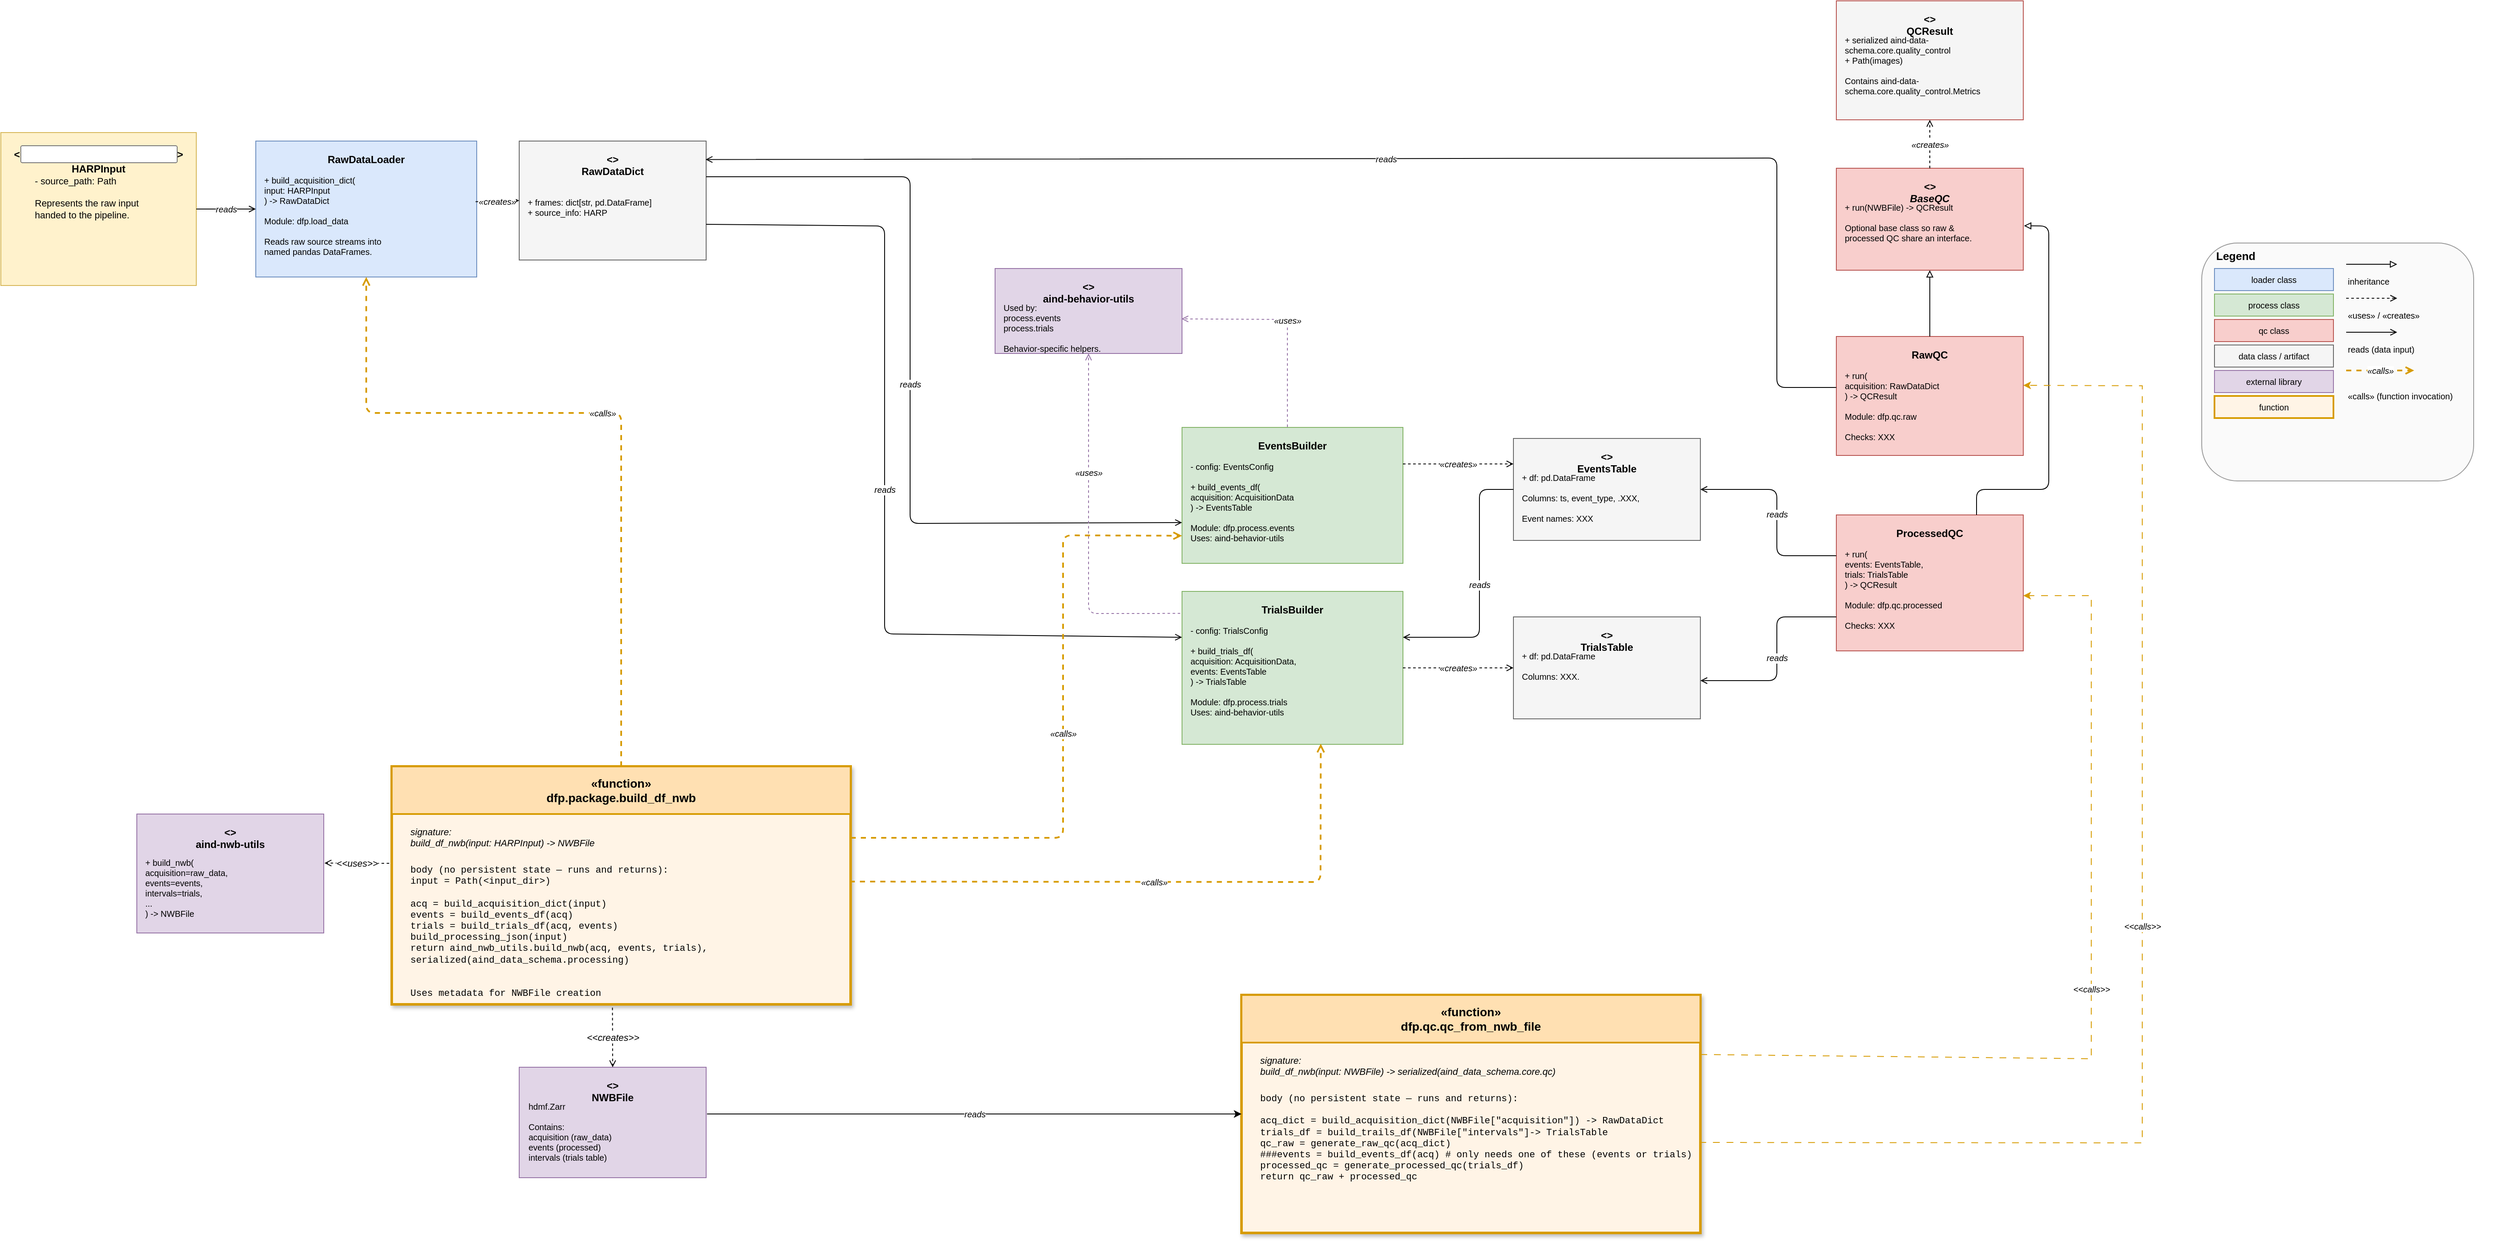
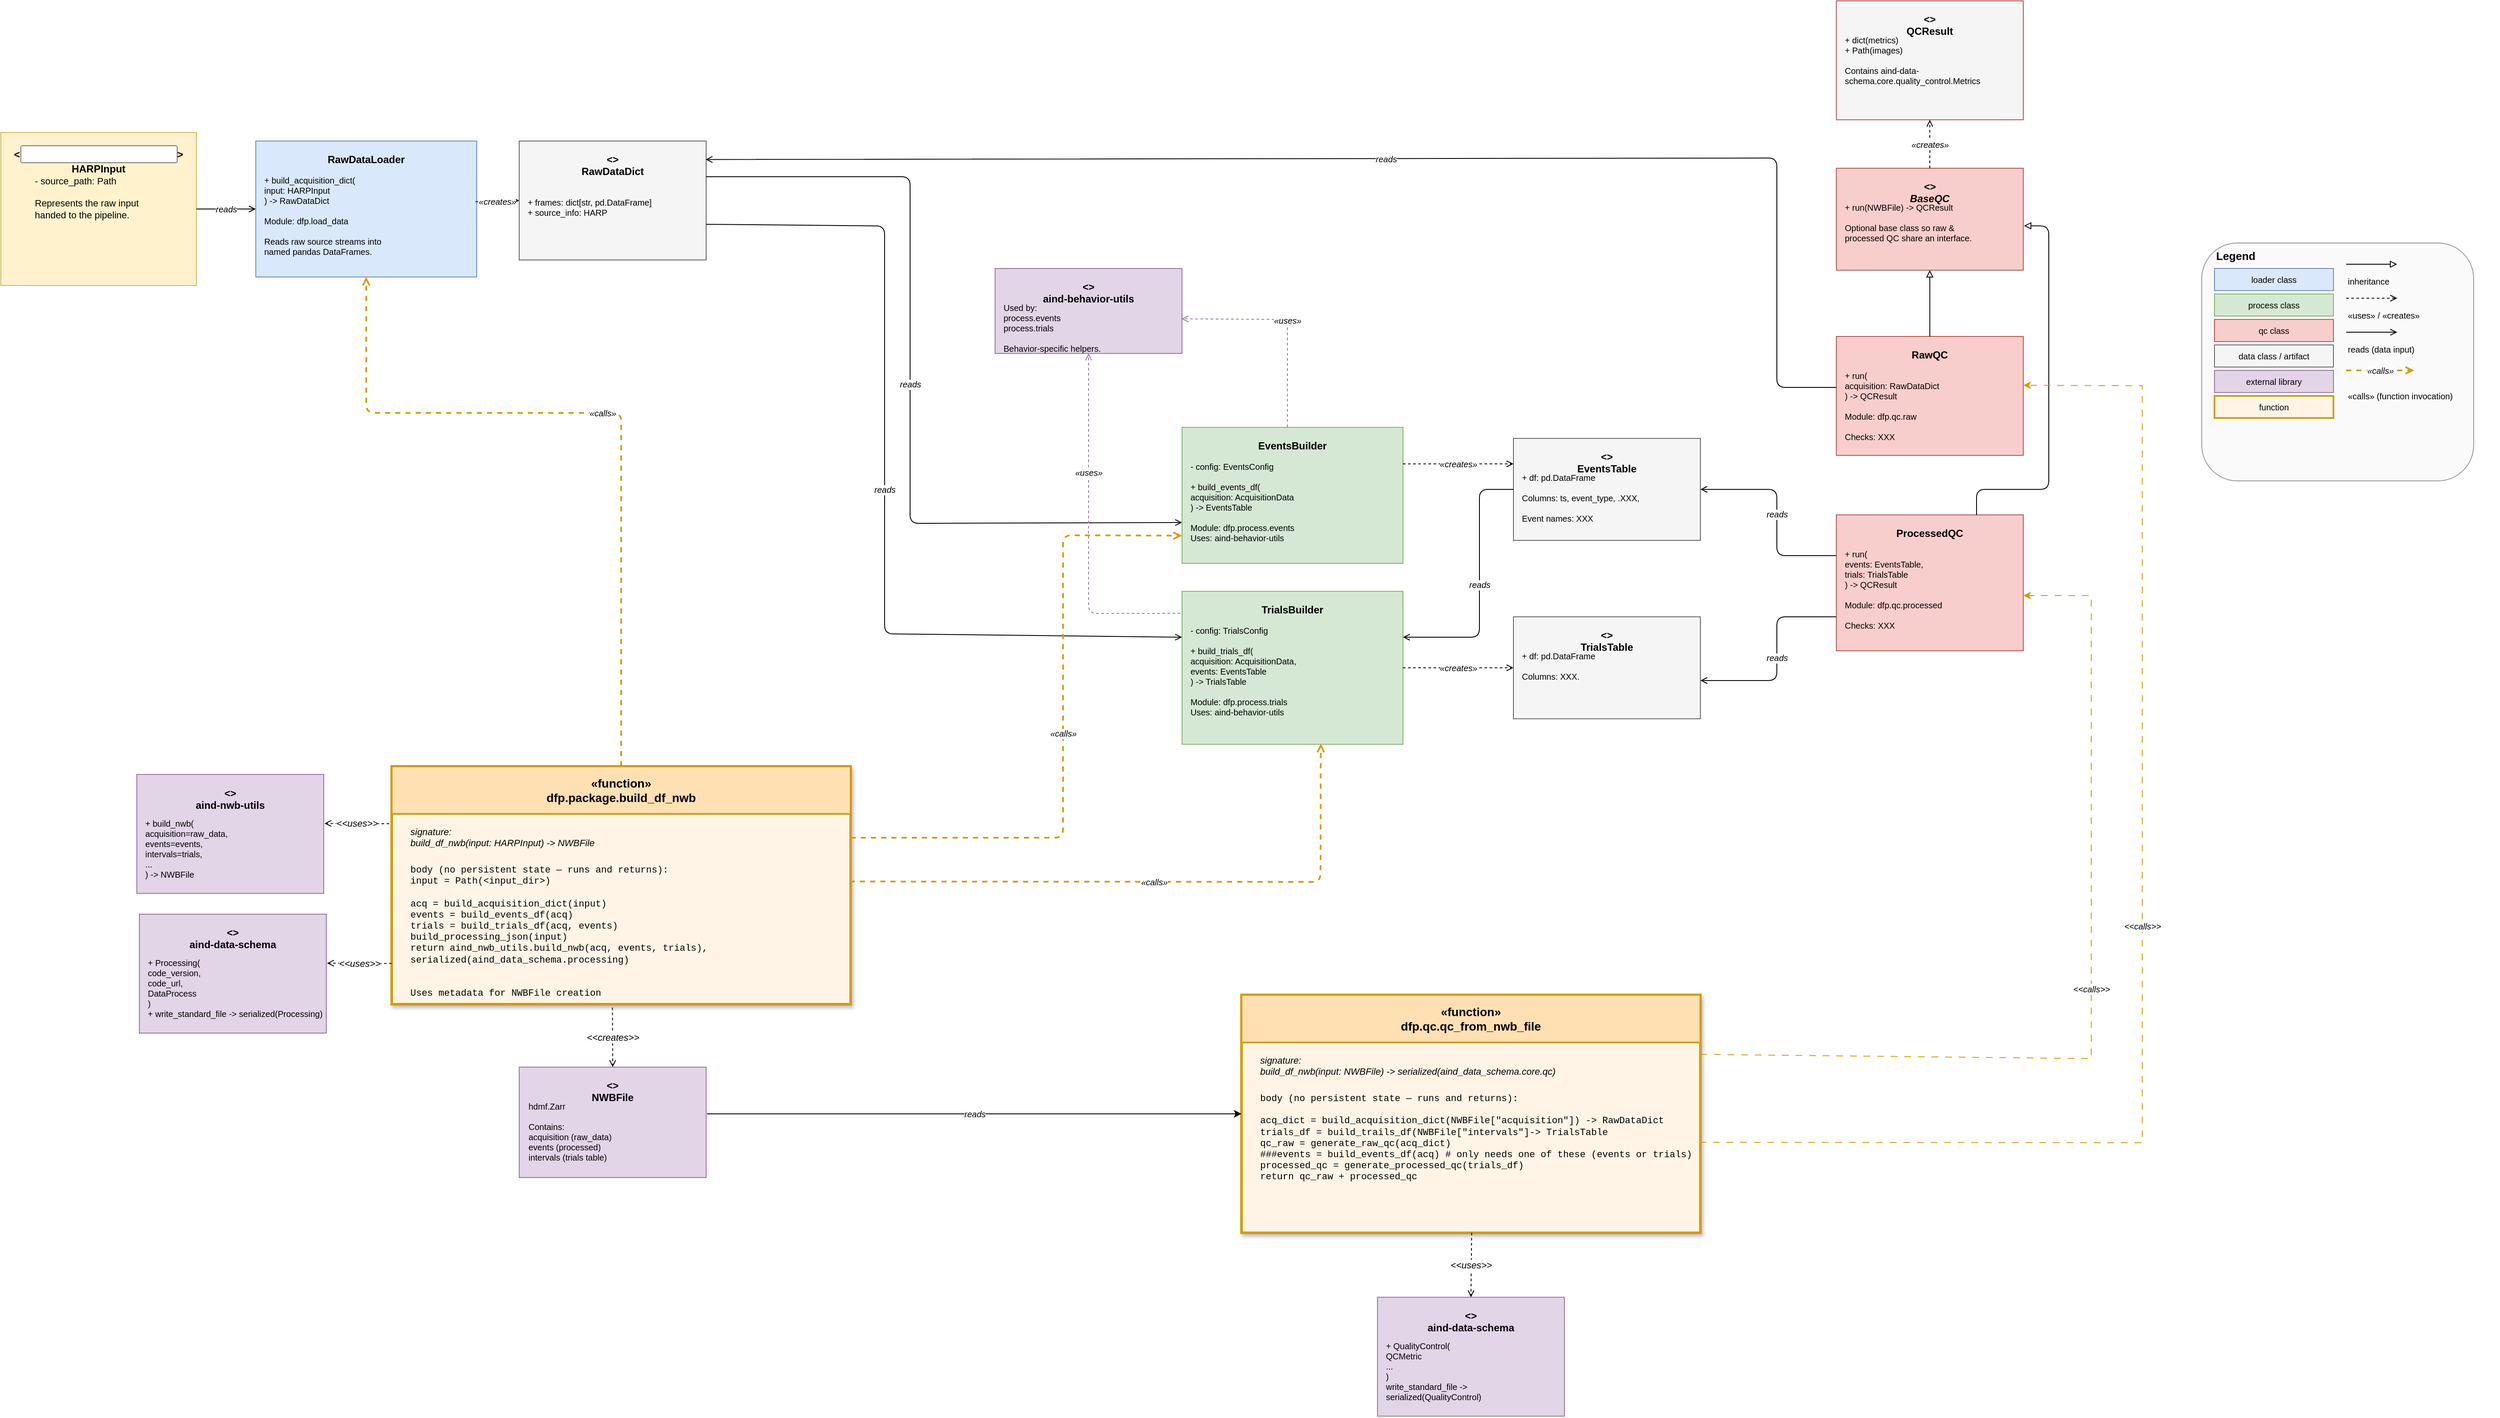
<mxfile host="Electron" agent="Mozilla/5.0 (Windows NT 10.0; Win64; x64) AppleWebKit/537.36 (KHTML, like Gecko) draw.io/29.2.9 Chrome/140.0.7339.249 Electron/38.7.2 Safari/537.36" version="29.2.9">
  <diagram name="UML Class Diagram" id="uml-classes">
-     <mxGraphModel dx="5066" dy="1453" grid="1" gridSize="10" guides="1" tooltips="1" connect="1" arrows="1" fold="1" page="1" pageScale="1" pageWidth="1600" pageHeight="1100" math="0" shadow="0">
+     <mxGraphModel dx="3184" dy="874" grid="1" gridSize="10" guides="1" tooltips="1" connect="1" arrows="1" fold="1" page="1" pageScale="1" pageWidth="1600" pageHeight="1100" math="0" shadow="0">
      <root>
        <mxCell id="0" />
        <mxCell id="1" parent="0" />
        <mxCell id="harp-input" parent="1" style="rounded=0;whiteSpace=wrap;html=1;fillColor=#fff2cc;strokeColor=#d6b656;fontStyle=1;fontSize=12;verticalAlign=top;spacingTop=8" value="&lt;&lt;input&gt;&gt;&#xa;HARPInput" vertex="1">
          <mxGeometry height="180" width="230" x="-460" y="320" as="geometry" />
        </mxCell>
        <mxCell id="harp-input-body" parent="1" style="text;html=1;strokeColor=none;fillColor=none;align=left;verticalAlign=top;whiteSpace=wrap;fontSize=11;spacingLeft=8;spacingTop=4" value="- source_path: Path&lt;br&gt;&lt;br&gt;Represents the raw input&lt;br&gt;handed to the pipeline." vertex="1">
          <mxGeometry height="90" width="200" x="-430" y="360" as="geometry" />
        </mxCell>
        <mxCell id="acq-data" parent="1" style="rounded=0;whiteSpace=wrap;html=1;fillColor=#f5f5f5;strokeColor=#666666;fontStyle=1;fontSize=12;verticalAlign=top;spacingTop=8" value="&amp;lt;&lt;data class=&quot;&quot;&gt;&amp;gt;&lt;br&gt;RawDataDict&lt;/data&gt;" vertex="1">
          <mxGeometry height="140" width="220" x="150" y="330" as="geometry" />
        </mxCell>
        <mxCell id="acq-data-body" parent="1" style="text;html=1;strokeColor=none;fillColor=none;align=left;verticalAlign=top;whiteSpace=wrap;fontSize=10;spacingLeft=8;spacingTop=4" value="&lt;div&gt;&lt;br&gt;&lt;/div&gt;&lt;div&gt;&lt;br&gt;&lt;/div&gt;+ frames: dict[str, pd.DataFrame]&lt;br&gt;+ source_info: HARP&lt;br&gt;&lt;div&gt;&lt;br&gt;&lt;/div&gt;" vertex="1">
          <mxGeometry height="110" width="220" x="150" y="362" as="geometry" />
        </mxCell>
        <mxCell id="events-data" parent="1" style="rounded=0;whiteSpace=wrap;html=1;fillColor=#f5f5f5;strokeColor=#666666;fontStyle=1;fontSize=12;verticalAlign=top;spacingTop=8" value="&lt;&lt;data class&gt;&gt;&#xa;EventsTable" vertex="1">
          <mxGeometry height="120" width="220" x="1320" y="680" as="geometry" />
        </mxCell>
        <mxCell id="events-data-body" parent="1" style="text;html=1;strokeColor=none;fillColor=none;align=left;verticalAlign=top;whiteSpace=wrap;fontSize=10;spacingLeft=8;spacingTop=4" value="+ df: pd.DataFrame&lt;br&gt;&lt;br&gt;Columns: ts, event_type, .XXX,&lt;div&gt;&lt;br&gt;&lt;/div&gt;&lt;div&gt;Event names: XXX&lt;/div&gt;" vertex="1">
          <mxGeometry height="90" width="220" x="1320" y="710" as="geometry" />
        </mxCell>
        <mxCell id="trials-data" parent="1" style="rounded=0;whiteSpace=wrap;html=1;fillColor=#f5f5f5;strokeColor=#666666;fontStyle=1;fontSize=12;verticalAlign=top;spacingTop=8" value="&lt;&lt;data class&gt;&gt;&#xa;TrialsTable" vertex="1">
          <mxGeometry height="120" width="220" x="1320" y="890" as="geometry" />
        </mxCell>
        <mxCell id="trials-data-body" parent="1" style="text;html=1;strokeColor=none;fillColor=none;align=left;verticalAlign=top;whiteSpace=wrap;fontSize=10;spacingLeft=8;spacingTop=4" value="+ df: pd.DataFrame&lt;br&gt;&lt;br&gt;Columns: XXX." vertex="1">
          <mxGeometry height="90" width="220" x="1320" y="920" as="geometry" />
        </mxCell>
        <mxCell id="acq-loader" parent="1" style="rounded=0;whiteSpace=wrap;html=1;fillColor=#dae8fc;strokeColor=#6c8ebf;fontStyle=1;fontSize=12;verticalAlign=top;spacingTop=8" value="RawDataLoader" vertex="1">
          <mxGeometry height="160" width="260" x="-160" y="330" as="geometry" />
        </mxCell>
        <mxCell id="acq-loader-body" parent="1" style="text;html=1;strokeColor=none;fillColor=none;align=left;verticalAlign=top;whiteSpace=wrap;fontSize=10;spacingLeft=8;spacingTop=4" value="+ build_acquisition_dict(&lt;br&gt;     input: HARPInput&lt;br&gt;   ) -&amp;gt; RawDataDict&lt;br&gt;&lt;br&gt;Module: dfp.load_data&lt;br&gt;&lt;br&gt;Reads raw source streams into&lt;br&gt;named pandas DataFrames." vertex="1">
          <mxGeometry height="130" width="260" x="-160" y="360" as="geometry" />
        </mxCell>
        <mxCell id="events-builder" parent="1" style="rounded=0;whiteSpace=wrap;html=1;fillColor=#d5e8d4;strokeColor=#82b366;fontStyle=1;fontSize=12;verticalAlign=top;spacingTop=8" value="EventsBuilder" vertex="1">
          <mxGeometry height="160" width="260" x="930" y="667" as="geometry" />
        </mxCell>
        <mxCell id="events-builder-body" parent="1" style="text;html=1;strokeColor=none;fillColor=none;align=left;verticalAlign=top;whiteSpace=wrap;fontSize=10;spacingLeft=8;spacingTop=4" value="- config: EventsConfig&lt;br&gt;&lt;br&gt;+ build_events_df(&lt;br&gt;     acquisition: AcquisitionData&lt;br&gt;   ) -&amp;gt; EventsTable&amp;nbsp;&lt;br&gt;&lt;br&gt;Module: dfp.process.events&lt;br&gt;Uses: aind-behavior-utils" vertex="1">
          <mxGeometry height="130" width="260" x="930" y="697" as="geometry" />
        </mxCell>
        <mxCell id="trials-builder" parent="1" style="rounded=0;whiteSpace=wrap;html=1;fillColor=#d5e8d4;strokeColor=#82b366;fontStyle=1;fontSize=12;verticalAlign=top;spacingTop=8" value="TrialsBuilder" vertex="1">
          <mxGeometry height="180" width="260" x="930" y="860" as="geometry" />
        </mxCell>
        <mxCell id="trials-builder-body" parent="1" style="text;html=1;strokeColor=none;fillColor=none;align=left;verticalAlign=top;whiteSpace=wrap;fontSize=10;spacingLeft=8;spacingTop=4" value="- config: TrialsConfig&lt;br&gt;&lt;br&gt;+ build_trials_df(&lt;br&gt;     acquisition: AcquisitionData,&lt;br&gt;     events: EventsTable&lt;br&gt;   ) -&amp;gt; TrialsTable&lt;div&gt;&lt;br&gt;Module: dfp.process.trials&lt;br&gt;Uses: aind-behavior-utils&lt;/div&gt;" vertex="1">
          <mxGeometry height="150" width="260" x="930" y="890" as="geometry" />
        </mxCell>
        <mxCell id="qc-result" parent="1" style="rounded=0;whiteSpace=wrap;html=1;fillColor=#f5f5f5;strokeColor=#b85450;fontStyle=1;fontSize=12;verticalAlign=top;spacingTop=8" value="&lt;&lt;data class&gt;&gt;&#xa;QCResult" vertex="1">
          <mxGeometry height="140" width="220" x="1700" y="165" as="geometry" />
        </mxCell>
-         <mxCell id="qc-result-body" parent="1" style="text;html=1;strokeColor=none;fillColor=none;align=left;verticalAlign=top;whiteSpace=wrap;fontSize=10;spacingLeft=8;spacingTop=4" value="+ serialized aind-data-schema.core.quality_control&lt;div&gt;+ Path(images)&lt;br&gt;&lt;br&gt;Contains aind-data-schema.core.quality_control.Metrics&lt;/div&gt;" vertex="1">
+         <mxCell id="qc-result-body" parent="1" style="text;html=1;strokeColor=none;fillColor=none;align=left;verticalAlign=top;whiteSpace=wrap;fontSize=10;spacingLeft=8;spacingTop=4" value="+ dict(metrics)&lt;br&gt;&lt;div&gt;+ Path(images)&lt;br&gt;&lt;br&gt;Contains aind-data-schema.core.quality_control.Metrics&lt;/div&gt;" vertex="1">
          <mxGeometry height="110" width="220" x="1700" y="195" as="geometry" />
        </mxCell>
        <mxCell id="qc-base" parent="1" style="rounded=0;whiteSpace=wrap;html=1;fillColor=#f8cecc;strokeColor=#b85450;fontStyle=1;fontSize=12;verticalAlign=top;spacingTop=8;fontStyle=3" value="&lt;&lt;abstract&gt;&gt;&#xa;BaseQC" vertex="1">
          <mxGeometry height="120" width="220" x="1700" y="362" as="geometry" />
        </mxCell>
        <mxCell id="qc-base-body" parent="1" style="text;html=1;strokeColor=none;fillColor=none;align=left;verticalAlign=top;whiteSpace=wrap;fontSize=10;spacingLeft=8;spacingTop=4" value="+ run(NWBFile) -&amp;gt; QCResult&lt;br&gt;&lt;br&gt;Optional base class so raw &amp;amp;&lt;br&gt;processed QC share an interface." vertex="1">
          <mxGeometry height="90" width="220" x="1700" y="392" as="geometry" />
        </mxCell>
        <mxCell id="raw-qc" parent="1" style="rounded=0;whiteSpace=wrap;html=1;fillColor=#f8cecc;strokeColor=#b85450;fontStyle=1;fontSize=12;verticalAlign=top;spacingTop=8" value="RawQC" vertex="1">
          <mxGeometry height="140" width="220" x="1700" y="560" as="geometry" />
        </mxCell>
        <mxCell id="raw-qc-body" parent="1" style="text;html=1;strokeColor=none;fillColor=none;align=left;verticalAlign=top;whiteSpace=wrap;fontSize=10;spacingLeft=8;spacingTop=4" value="+ run(&lt;br&gt;     acquisition: RawDataDict&lt;br&gt;   ) -&amp;gt; QCResult&lt;br&gt;&lt;br&gt;Module: dfp.qc.raw&lt;br&gt;&lt;div&gt;&lt;br&gt;&lt;/div&gt;&lt;div&gt;Checks: XXX&lt;/div&gt;" vertex="1">
          <mxGeometry height="110" width="220" x="1700" y="590" as="geometry" />
        </mxCell>
        <mxCell id="proc-qc" parent="1" style="rounded=0;whiteSpace=wrap;html=1;fillColor=#f8cecc;strokeColor=#b85450;fontStyle=1;fontSize=12;verticalAlign=top;spacingTop=8" value="ProcessedQC" vertex="1">
          <mxGeometry height="160" width="220" x="1700" y="770" as="geometry" />
        </mxCell>
        <mxCell id="proc-qc-body" parent="1" style="text;html=1;strokeColor=none;fillColor=none;align=left;verticalAlign=top;whiteSpace=wrap;fontSize=10;spacingLeft=8;spacingTop=4" value="+ run(&lt;br&gt;     events: EventsTable,&lt;br&gt;     trials: TrialsTable&lt;br&gt;   ) -&amp;gt; QCResult&lt;br&gt;&lt;br&gt;Module: dfp.qc.processed&lt;br&gt;&lt;br&gt;Checks: XXX" vertex="1">
          <mxGeometry height="130" width="220" x="1700" y="800" as="geometry" />
        </mxCell>
        <mxCell id="pipeline" parent="1" style="rounded=0;whiteSpace=wrap;html=1;fillColor=#fff4e6;strokeColor=#d79b00;strokeWidth=3;fontStyle=1;fontSize=13;verticalAlign=top;spacingTop=8;shadow=1" value="" vertex="1">
          <mxGeometry height="280" width="540" y="1066" as="geometry" />
        </mxCell>
        <mxCell id="pipeline-header" parent="1" style="rounded=0;whiteSpace=wrap;html=1;fillColor=#ffe0b2;strokeColor=#d79b00;strokeWidth=2;fontStyle=1;fontSize=14;verticalAlign=middle;align=center" value="«function»&#xa;dfp.package.build_df_nwb" vertex="1">
          <mxGeometry height="56" width="540" y="1066" as="geometry" />
        </mxCell>
        <mxCell id="pipeline-sig" parent="1" style="text;html=1;strokeColor=none;fillColor=none;align=left;verticalAlign=top;whiteSpace=wrap;fontSize=11;fontStyle=2;spacingLeft=12;spacingTop=4" value="signature:&#xa;   build_df_nwb(input: HARPInput) -&gt; NWBFile" vertex="1">
          <mxGeometry height="40" width="524" x="8" y="1126" as="geometry" />
        </mxCell>
        <mxCell id="pipeline-body" parent="1" style="text;html=1;strokeColor=none;fillColor=none;align=left;verticalAlign=top;whiteSpace=wrap;fontSize=11;fontFamily=Courier New;spacingLeft=12;spacingTop=4" value="body (no persistent state — runs and returns):&lt;br&gt;input = Path(&amp;lt;input_dir&amp;gt;)&lt;div&gt;&lt;br&gt;   acq    = build_acquisition_dict(input)&lt;br&gt;   events = build_events_df(acq)&lt;br&gt;   trials = build_trials_df(acq, events)&lt;div&gt;build_processing_json(input)&lt;br&gt;return aind_nwb_utils.build_nwb(acq, events, trials), serialized(aind_data_schema.processing)&lt;div&gt;&lt;br&gt;&lt;/div&gt;&lt;div&gt;&lt;br&gt;&lt;/div&gt;&lt;div&gt;Uses metadata for NWBFile creation&lt;/div&gt;&lt;/div&gt;&lt;/div&gt;" vertex="1">
          <mxGeometry height="170" width="524" x="8" y="1171" as="geometry" />
        </mxCell>
        <mxCell id="ext-behavior" parent="1" style="rounded=0;whiteSpace=wrap;html=1;fillColor=#e1d5e7;strokeColor=#9673a6;fontStyle=1;fontSize=12;verticalAlign=top;spacingTop=8" value="&lt;&lt;external&gt;&gt;&#xa;aind-behavior-utils" vertex="1">
          <mxGeometry height="100" width="220" x="710" y="480" as="geometry" />
        </mxCell>
        <mxCell id="ext-behavior-body" parent="1" style="text;html=1;strokeColor=none;fillColor=none;align=left;verticalAlign=top;whiteSpace=wrap;fontSize=10;spacingLeft=8;spacingTop=4" value="Used by:&#xa;  process.events&#xa;  process.trials&#xa;&#xa;Behavior-specific helpers." vertex="1">
          <mxGeometry height="70" width="220" x="710" y="510" as="geometry" />
        </mxCell>
        <mxCell id="ext-nwb" parent="1" style="rounded=0;whiteSpace=wrap;html=1;fillColor=#e1d5e7;strokeColor=#9673a6;fontStyle=1;fontSize=12;verticalAlign=top;spacingTop=8" value="&lt;&lt;external&gt;&gt;&#xa;aind-nwb-utils" vertex="1">
-           <mxGeometry height="140" width="220" x="-300" y="1122" as="geometry" />
+           <mxGeometry height="140" width="220" x="-300" y="1075.5" as="geometry" />
        </mxCell>
        <mxCell id="ext-nwb-body" parent="1" style="text;html=1;strokeColor=none;fillColor=none;align=left;verticalAlign=top;whiteSpace=wrap;fontSize=10;spacingLeft=8;spacingTop=4" value="+ build_nwb(&lt;br&gt;acquisition=raw_data,&lt;br&gt;events=events,&lt;br&gt;intervals=trials,&lt;br&gt;     ...&lt;br&gt;   ) -&amp;gt; NWBFile&lt;div&gt;&lt;br&gt;&lt;/div&gt;" vertex="1">
-           <mxGeometry height="100" width="220" x="-300" y="1163" as="geometry" />
+           <mxGeometry height="100" width="220" x="-300" y="1116.5" as="geometry" />
        </mxCell>
        <mxCell id="nwb-file" parent="1" style="rounded=0;whiteSpace=wrap;html=1;fillColor=#e1d5e7;strokeColor=#9673a6;fontStyle=1;fontSize=12;verticalAlign=top;spacingTop=8" value="&lt;&lt;external&gt;&gt;&#xa;NWBFile" vertex="1">
          <mxGeometry height="130" width="220" x="150" y="1420" as="geometry" />
        </mxCell>
        <mxCell id="nwb-file-body" parent="1" style="text;html=1;strokeColor=none;fillColor=none;align=left;verticalAlign=top;whiteSpace=wrap;fontSize=10;spacingLeft=8;spacingTop=4" value="hdmf.Zarr&lt;br&gt;&lt;br&gt;Contains:&lt;br&gt;  acquisition  (raw_data)&lt;br&gt;  events       (processed)&lt;br&gt;  intervals    (trials table)" vertex="1">
          <mxGeometry height="100" width="220" x="151" y="1450" as="geometry" />
        </mxCell>
        <mxCell id="rel-1" edge="1" parent="1" source="harp-input" style="endArrow=open;html=1;exitX=1;exitY=0.5;exitDx=0;exitDy=0;entryX=0;entryY=0.5;entryDx=0;entryDy=0;fontSize=10;fontStyle=2" target="acq-loader" value="reads">
          <mxGeometry relative="1" as="geometry" />
        </mxCell>
        <mxCell id="rel-2" edge="1" parent="1" source="acq-loader-body" style="endArrow=open;html=1;dashed=1;exitX=0.995;exitY=0.318;exitDx=0;exitDy=0;entryX=0;entryY=0.5;entryDx=0;entryDy=0;fontSize=10;fontStyle=2;exitPerimeter=0;" target="acq-data" value="«creates»">
          <mxGeometry relative="1" as="geometry" />
        </mxCell>
        <mxCell id="rel-3" edge="1" parent="1" source="acq-data" style="endArrow=open;html=1;exitX=1;exitY=0.3;exitDx=0;exitDy=0;entryX=0;entryY=0.7;entryDx=0;entryDy=0;fontSize=10;fontStyle=2" target="events-builder" value="reads">
          <mxGeometry relative="1" as="geometry">
            <Array as="points">
              <mxPoint x="610" y="372" />
              <mxPoint x="610" y="780" />
            </Array>
          </mxGeometry>
        </mxCell>
        <mxCell id="rel-4" edge="1" parent="1" style="endArrow=open;html=1;dashed=1;exitX=1;exitY=0.5;exitDx=0;exitDy=0;fontSize=10;fontStyle=2" value="«creates»">
          <mxGeometry relative="1" as="geometry">
            <mxPoint x="1190" y="710" as="sourcePoint" />
            <mxPoint x="1320" y="710" as="targetPoint" />
          </mxGeometry>
        </mxCell>
        <mxCell id="rel-5" edge="1" parent="1" source="acq-data" style="endArrow=open;html=1;exitX=1;exitY=0.7;exitDx=0;exitDy=0;entryX=0;entryY=0.3;entryDx=0;entryDy=0;fontSize=10;fontStyle=2" target="trials-builder" value="reads">
          <mxGeometry relative="1" as="geometry">
            <Array as="points">
              <mxPoint x="580" y="430" />
              <mxPoint x="580" y="910" />
            </Array>
          </mxGeometry>
        </mxCell>
        <mxCell id="rel-6" edge="1" parent="1" source="events-data" style="endArrow=open;html=1;exitX=0;exitY=0.5;exitDx=0;exitDy=0;entryX=1;entryY=0.3;entryDx=0;entryDy=0;fontSize=10;fontStyle=2" target="trials-builder" value="reads">
          <mxGeometry relative="1" as="geometry">
            <Array as="points">
              <mxPoint x="1280" y="740" />
              <mxPoint x="1280" y="914" />
            </Array>
          </mxGeometry>
        </mxCell>
        <mxCell id="rel-7" edge="1" parent="1" source="trials-builder" style="endArrow=open;html=1;dashed=1;exitX=1;exitY=0.5;exitDx=0;exitDy=0;entryX=0;entryY=0.5;entryDx=0;entryDy=0;fontSize=10;fontStyle=2" target="trials-data" value="«creates»">
          <mxGeometry relative="1" as="geometry" />
        </mxCell>
        <mxCell id="rel-inh-1" edge="1" parent="1" source="raw-qc" style="endArrow=block;endFill=0;html=1;exitX=0.5;exitY=0;exitDx=0;exitDy=0;entryX=0.5;entryY=1;entryDx=0;entryDy=0" target="qc-base">
          <mxGeometry relative="1" as="geometry" />
        </mxCell>
        <mxCell id="rel-inh-2" edge="1" parent="1" source="proc-qc" style="endArrow=block;endFill=0;html=1;exitX=0.75;exitY=0;exitDx=0;exitDy=0;entryX=1.004;entryY=0.419;entryDx=0;entryDy=0;entryPerimeter=0;" target="qc-base-body">
          <mxGeometry relative="1" as="geometry">
            <Array as="points">
              <mxPoint x="1865" y="740" />
              <mxPoint x="1950" y="740" />
              <mxPoint x="1950" y="430" />
            </Array>
          </mxGeometry>
        </mxCell>
        <mxCell id="rel-qc-result-1" edge="1" parent="1" source="qc-base" style="endArrow=open;html=1;dashed=1;exitX=0.5;exitY=0;exitDx=0;exitDy=0;entryX=0.5;entryY=1;entryDx=0;entryDy=0;fontSize=10;fontStyle=2" target="qc-result" value="«creates»">
          <mxGeometry relative="1" as="geometry" />
        </mxCell>
        <mxCell id="rel-qc-proc-read-1" edge="1" parent="1" source="proc-qc" style="endArrow=open;html=1;exitX=0;exitY=0.3;exitDx=0;exitDy=0;entryX=1;entryY=0.5;entryDx=0;entryDy=0;fontSize=10;fontStyle=2" target="events-data" value="reads">
          <mxGeometry relative="1" as="geometry">
            <Array as="points">
              <mxPoint x="1630" y="818" />
              <mxPoint x="1630" y="740" />
            </Array>
          </mxGeometry>
        </mxCell>
        <mxCell id="rel-evt-bh" edge="1" parent="1" source="events-builder" style="endArrow=open;html=1;dashed=1;exitX=0.477;exitY=-0.003;exitDx=0;exitDy=0;entryX=0.997;entryY=0.418;entryDx=0;entryDy=0;fontSize=10;fontStyle=2;strokeColor=#9673a6;entryPerimeter=0;exitPerimeter=0;" target="ext-behavior-body" value="«uses»">
          <mxGeometry relative="1" as="geometry">
            <Array as="points">
              <mxPoint x="1054" y="540" />
            </Array>
          </mxGeometry>
        </mxCell>
        <mxCell id="rel-tri-bh" edge="1" parent="1" source="trials-builder" style="endArrow=open;html=1;dashed=1;exitX=-0.008;exitY=0.144;exitDx=0;exitDy=0;entryX=0.5;entryY=1;entryDx=0;entryDy=0;fontSize=10;fontStyle=2;strokeColor=#9673a6;exitPerimeter=0;" target="ext-behavior-body" value="«uses»">
          <mxGeometry relative="1" x="0.3235" as="geometry">
            <mxPoint as="offset" />
            <Array as="points">
              <mxPoint x="820" y="886" />
              <mxPoint x="820" y="700" />
            </Array>
          </mxGeometry>
        </mxCell>
        <mxCell id="legend-box" parent="1" style="rounded=1;whiteSpace=wrap;html=1;fillColor=#fafafa;strokeColor=#999999" value="" vertex="1">
          <mxGeometry height="280" width="320" x="2130" y="450" as="geometry" />
        </mxCell>
        <mxCell id="legend-title" parent="1" style="text;html=1;strokeColor=none;fillColor=none;align=left;verticalAlign=middle;whiteSpace=wrap;fontSize=13;fontStyle=1" value="Legend" vertex="1">
          <mxGeometry height="20" width="100" x="2145" y="455" as="geometry" />
        </mxCell>
        <mxCell id="leg-load-c" parent="1" style="rounded=0;whiteSpace=wrap;html=1;fillColor=#dae8fc;strokeColor=#6c8ebf;fontSize=10" value="loader class" vertex="1">
          <mxGeometry height="26" width="140" x="2145" y="480" as="geometry" />
        </mxCell>
        <mxCell id="leg-proc-c" parent="1" style="rounded=0;whiteSpace=wrap;html=1;fillColor=#d5e8d4;strokeColor=#82b366;fontSize=10" value="process class" vertex="1">
          <mxGeometry height="26" width="140" x="2145" y="510" as="geometry" />
        </mxCell>
        <mxCell id="leg-qc-c" parent="1" style="rounded=0;whiteSpace=wrap;html=1;fillColor=#f8cecc;strokeColor=#b85450;fontSize=10" value="qc class" vertex="1">
          <mxGeometry height="26" width="140" x="2145" y="540" as="geometry" />
        </mxCell>
        <mxCell id="leg-data-c" parent="1" style="rounded=0;whiteSpace=wrap;html=1;fillColor=#f5f5f5;strokeColor=#666666;fontSize=10" value="data class / artifact" vertex="1">
          <mxGeometry height="26" width="140" x="2145" y="570" as="geometry" />
        </mxCell>
        <mxCell id="leg-ext-c" parent="1" style="rounded=0;whiteSpace=wrap;html=1;fillColor=#e1d5e7;strokeColor=#9673a6;fontSize=10" value="external library" vertex="1">
          <mxGeometry height="26" width="140" x="2145" y="600" as="geometry" />
        </mxCell>
        <mxCell id="leg-arr-inh" edge="1" parent="1" style="endArrow=block;endFill=0;html=1">
          <mxGeometry relative="1" as="geometry">
            <mxPoint x="2300" y="475" as="sourcePoint" />
            <mxPoint x="2360" y="475" as="targetPoint" />
          </mxGeometry>
        </mxCell>
        <mxCell id="leg-arr-inh-lbl" parent="1" style="text;html=1;strokeColor=none;fillColor=none;align=left;verticalAlign=middle;whiteSpace=wrap;fontSize=10" value="inheritance" vertex="1">
          <mxGeometry height="20" width="140" x="2300" y="485" as="geometry" />
        </mxCell>
        <mxCell id="leg-arr-dep" edge="1" parent="1" style="endArrow=open;html=1;dashed=1">
          <mxGeometry relative="1" as="geometry">
            <mxPoint x="2300" y="515" as="sourcePoint" />
            <mxPoint x="2360" y="515" as="targetPoint" />
          </mxGeometry>
        </mxCell>
        <mxCell id="leg-arr-dep-lbl" parent="1" style="text;html=1;strokeColor=none;fillColor=none;align=left;verticalAlign=middle;whiteSpace=wrap;fontSize=10" value="«uses» / «creates»" vertex="1">
          <mxGeometry height="20" width="140" x="2300" y="525" as="geometry" />
        </mxCell>
        <mxCell id="leg-arr-read" edge="1" parent="1" style="endArrow=open;html=1">
          <mxGeometry relative="1" as="geometry">
            <mxPoint x="2300" y="555" as="sourcePoint" />
            <mxPoint x="2360" y="555" as="targetPoint" />
          </mxGeometry>
        </mxCell>
        <mxCell id="leg-arr-read-lbl" parent="1" style="text;html=1;strokeColor=none;fillColor=none;align=left;verticalAlign=middle;whiteSpace=wrap;fontSize=10" value="reads (data input)" vertex="1">
          <mxGeometry height="20" width="140" x="2300" y="565" as="geometry" />
        </mxCell>
        <mxCell id="leg-fn-shape" parent="1" style="rounded=0;whiteSpace=wrap;html=1;fillColor=#fff4e6;strokeColor=#d79b00;strokeWidth=2;fontSize=10" value="function" vertex="1">
          <mxGeometry height="26" width="140" x="2145" y="630" as="geometry" />
        </mxCell>
        <mxCell id="leg-arr-calls-lbl" parent="1" style="text;html=1;strokeColor=none;fillColor=none;align=left;verticalAlign=middle;whiteSpace=wrap;fontSize=10" value="«calls» (function invocation)" vertex="1">
          <mxGeometry height="20" width="180" x="2300" y="620" as="geometry" />
        </mxCell>
        <mxCell id="fn-call-loader" edge="1" parent="1" source="pipeline" style="endArrow=open;html=1;dashed=1;strokeColor=#d79b00;strokeWidth=2;fontSize=10;fontStyle=2;exitX=0.5;exitY=0;exitDx=0;exitDy=0;entryX=0.5;entryY=1;entryDx=0;entryDy=0" target="acq-loader" value="«calls»">
          <mxGeometry relative="1" as="geometry">
            <Array as="points">
              <mxPoint x="270" y="650" />
              <mxPoint x="-30" y="650" />
            </Array>
          </mxGeometry>
        </mxCell>
        <mxCell id="fn-call-events" edge="1" parent="1" style="endArrow=open;html=1;dashed=1;strokeColor=#d79b00;strokeWidth=2;fontSize=10;fontStyle=2;exitX=1;exitY=0.3;exitDx=0;exitDy=0;entryX=0;entryY=0.75;entryDx=0;entryDy=0;" value="«calls»">
          <mxGeometry relative="1" as="geometry">
            <Array as="points">
              <mxPoint x="790" y="1150" />
              <mxPoint x="790" y="794" />
            </Array>
            <mxPoint x="540" y="1150" as="sourcePoint" />
            <mxPoint x="930" y="794.4999999999998" as="targetPoint" />
          </mxGeometry>
        </mxCell>
        <mxCell id="fn-call-trials" edge="1" parent="1" source="pipeline" style="endArrow=open;html=1;dashed=1;strokeColor=#d79b00;strokeWidth=2;fontSize=10;fontStyle=2;exitX=0.998;exitY=0.484;exitDx=0;exitDy=0;entryX=0.628;entryY=0.995;entryDx=0;entryDy=0;entryPerimeter=0;exitPerimeter=0;" target="trials-builder-body" value="«calls»">
          <mxGeometry relative="1" as="geometry">
            <Array as="points">
              <mxPoint x="1093" y="1202" />
            </Array>
            <mxPoint x="543.2399999999998" y="1251" as="sourcePoint" />
            <mxPoint x="1400" y="740" as="targetPoint" />
          </mxGeometry>
        </mxCell>
        <mxCell id="m8c6z9ei10z-oPjGgRjr-2" edge="1" parent="1" style="endArrow=open;html=1;dashed=1;entryX=1.004;entryY=0.167;entryDx=0;entryDy=0;entryPerimeter=0;" target="ext-nwb-body" value="&lt;i&gt;&amp;lt;&amp;lt;uses&amp;gt;&amp;gt;&lt;/i&gt;">
          <mxGeometry relative="1" x="0.0035" as="geometry">
            <mxPoint as="offset" />
-             <mxPoint x="-3" y="1180" as="sourcePoint" />
-             <mxPoint x="40" y="1092" as="targetPoint" />
+             <mxPoint x="-3" y="1133.5" as="sourcePoint" />
+             <mxPoint x="40" y="1045.5" as="targetPoint" />
          </mxGeometry>
        </mxCell>
        <mxCell id="m8c6z9ei10z-oPjGgRjr-4" edge="1" parent="1" source="pipeline" style="endArrow=open;html=1;dashed=1;entryX=0.5;entryY=0;entryDx=0;entryDy=0;exitX=0.481;exitY=1.014;exitDx=0;exitDy=0;exitPerimeter=0;" target="nwb-file" value="&lt;i&gt;&amp;lt;&amp;lt;creates&amp;gt;&amp;gt;&lt;/i&gt;">
          <mxGeometry relative="1" x="0.0035" as="geometry">
            <mxPoint as="offset" />
            <mxPoint x="276" y="1390" as="sourcePoint" />
            <mxPoint x="200" y="1390" as="targetPoint" />
          </mxGeometry>
        </mxCell>
        <mxCell id="m8c6z9ei10z-oPjGgRjr-5" edge="1" parent="1" style="endArrow=open;html=1;dashed=1;strokeColor=#d79b00;strokeWidth=2;fontSize=10;fontStyle=2;" value="«calls»">
          <mxGeometry relative="1" as="geometry">
            <mxPoint x="2300" y="600" as="sourcePoint" />
            <mxPoint x="2380" y="600" as="targetPoint" />
          </mxGeometry>
        </mxCell>
        <mxCell id="m8c6z9ei10z-oPjGgRjr-6" edge="1" parent="1" style="endArrow=open;html=1;fontSize=10;fontStyle=2;entryX=0.997;entryY=0.155;entryDx=0;entryDy=0;entryPerimeter=0;" target="acq-data" value="reads">
          <mxGeometry relative="1" as="geometry">
            <Array as="points">
              <mxPoint x="1630" y="620" />
              <mxPoint x="1630" y="350" />
            </Array>
            <mxPoint x="1700" y="620" as="sourcePoint" />
            <mxPoint x="450" y="340" as="targetPoint" />
          </mxGeometry>
        </mxCell>
        <mxCell id="m8c6z9ei10z-oPjGgRjr-7" parent="1" style="rounded=0;whiteSpace=wrap;html=1;fillColor=#fff4e6;strokeColor=#d79b00;strokeWidth=3;fontStyle=1;fontSize=13;verticalAlign=top;spacingTop=8;shadow=1" value="" vertex="1">
          <mxGeometry height="280" width="540" x="1000" y="1335" as="geometry" />
        </mxCell>
        <mxCell id="m8c6z9ei10z-oPjGgRjr-8" parent="1" style="rounded=0;whiteSpace=wrap;html=1;fillColor=#ffe0b2;strokeColor=#d79b00;strokeWidth=2;fontStyle=1;fontSize=14;verticalAlign=middle;align=center" value="«function»&lt;br&gt;dfp.qc.qc_from_nwb_file" vertex="1">
          <mxGeometry height="56" width="540" x="1000" y="1335" as="geometry" />
        </mxCell>
        <mxCell id="m8c6z9ei10z-oPjGgRjr-9" parent="1" style="text;html=1;strokeColor=none;fillColor=none;align=left;verticalAlign=top;whiteSpace=wrap;fontSize=11;fontStyle=2;spacingLeft=12;spacingTop=4" value="signature:&lt;br&gt;   build_df_nwb(input: NWBFile) -&amp;gt; serialized(aind_data_schema.core.qc)" vertex="1">
          <mxGeometry height="40" width="524" x="1008" y="1395" as="geometry" />
        </mxCell>
        <mxCell id="m8c6z9ei10z-oPjGgRjr-10" parent="1" style="text;html=1;strokeColor=none;fillColor=none;align=left;verticalAlign=top;whiteSpace=wrap;fontSize=11;fontFamily=Courier New;spacingLeft=12;spacingTop=4" value="body (no persistent state — runs and returns):&lt;br&gt;&lt;br&gt;   acq_dict = build_acquisition_dict(NWBFile[&quot;acquisition&quot;]) -&amp;gt; RawDataDict&lt;div&gt;trials_df = build_trails_df(NWBFile[&quot;intervals&quot;]-&amp;gt; TrialsTable&lt;br&gt;   qc_raw = generate_raw_qc(acq_dict)&lt;br&gt;###events = build_events_df(acq) # only needs one of these (events or trials)&lt;br&gt;processed_qc = generate_processed_qc(trials_df)&lt;br&gt;return qc_raw + processed_qc&lt;/div&gt;" vertex="1">
          <mxGeometry height="170" width="524" x="1008" y="1440" as="geometry" />
        </mxCell>
        <mxCell id="m8c6z9ei10z-oPjGgRjr-11" edge="1" parent="1" source="nwb-file-body" style="endArrow=classic;html=1;rounded=0;exitX=1;exitY=0.25;exitDx=0;exitDy=0;entryX=0;entryY=0.5;entryDx=0;entryDy=0;" target="m8c6z9ei10z-oPjGgRjr-7" value="&lt;i&gt;&lt;font style=&quot;font-size: 10px;&quot;&gt;reads&lt;/font&gt;&lt;/i&gt;">
          <mxGeometry height="50" relative="1" width="50" as="geometry">
            <mxPoint x="510" y="1530" as="sourcePoint" />
            <mxPoint x="560" y="1480" as="targetPoint" />
          </mxGeometry>
        </mxCell>
        <mxCell id="m8c6z9ei10z-oPjGgRjr-12" edge="1" parent="1" source="m8c6z9ei10z-oPjGgRjr-7" style="endArrow=classic;html=1;rounded=0;exitX=1;exitY=0.25;exitDx=0;exitDy=0;entryX=1;entryY=0.5;entryDx=0;entryDy=0;fillColor=#ffe6cc;strokeColor=#d79b00;dashed=1;dashPattern=8 8;" target="proc-qc-body" value="&lt;font style=&quot;font-size: 10px;&quot;&gt;&lt;i&gt;&amp;lt;&amp;lt;calls&amp;gt;&amp;gt;&lt;/i&gt;&lt;/font&gt;">
          <mxGeometry height="50" relative="1" width="50" as="geometry">
            <Array as="points">
              <mxPoint x="2000" y="1410" />
              <mxPoint x="2000" y="865" />
            </Array>
            <mxPoint x="1580" y="1420" as="sourcePoint" />
            <mxPoint x="2080" y="890" as="targetPoint" />
          </mxGeometry>
        </mxCell>
        <mxCell id="m8c6z9ei10z-oPjGgRjr-13" edge="1" parent="1" source="m8c6z9ei10z-oPjGgRjr-10" style="endArrow=classic;html=1;rounded=0;exitX=1.013;exitY=0.403;exitDx=0;exitDy=0;fillColor=#ffe6cc;strokeColor=#d79b00;dashed=1;dashPattern=8 8;entryX=1;entryY=0.25;entryDx=0;entryDy=0;exitPerimeter=0;" target="raw-qc-body" value="&lt;font style=&quot;font-size: 10px;&quot;&gt;&lt;i&gt;&amp;lt;&amp;lt;calls&amp;gt;&amp;gt;&lt;/i&gt;&lt;/font&gt;">
          <mxGeometry height="50" relative="1" width="50" as="geometry">
            <Array as="points">
              <mxPoint x="2060" y="1509" />
              <mxPoint x="2060" y="618" />
            </Array>
            <mxPoint x="1800" y="1940" as="sourcePoint" />
            <mxPoint x="2040" y="730" as="targetPoint" />
          </mxGeometry>
        </mxCell>
        <mxCell id="pKCupIB12PNV7ax-_ztc-2" edge="1" parent="1" style="endArrow=open;html=1;exitX=0;exitY=0.3;exitDx=0;exitDy=0;fontSize=10;fontStyle=2" target="trials-data-body" value="reads">
          <mxGeometry relative="1" as="geometry">
            <Array as="points">
              <mxPoint x="1630" y="890" />
              <mxPoint x="1630" y="965" />
            </Array>
            <mxPoint x="1700" y="890" as="sourcePoint" />
            <mxPoint x="1540" y="812" as="targetPoint" />
          </mxGeometry>
        </mxCell>
+         <mxCell id="FD7MY1kWJCTWK611tgSF-1" parent="1" style="rounded=0;whiteSpace=wrap;html=1;fillColor=#e1d5e7;strokeColor=#9673a6;fontStyle=1;fontSize=12;verticalAlign=top;spacingTop=8" value="&amp;lt;&amp;gt;&lt;br&gt;aind-data-schema" vertex="1">
+           <mxGeometry height="140" width="220" x="-297" y="1240" as="geometry" />
+         </mxCell>
+         <mxCell id="FD7MY1kWJCTWK611tgSF-2" parent="1" style="text;html=1;strokeColor=none;fillColor=none;align=left;verticalAlign=top;whiteSpace=wrap;fontSize=10;spacingLeft=8;spacingTop=4" value="+ Processing(&lt;br&gt;code_version,&lt;div&gt;code_url,&lt;/div&gt;&lt;div&gt;DataProcess&lt;br&gt;)&amp;nbsp;&lt;/div&gt;&lt;div&gt;+ write_standard_file -&amp;gt; serialized(Processing)&lt;div&gt;&lt;br&gt;&lt;/div&gt;&lt;/div&gt;" vertex="1">
+           <mxGeometry height="100" width="220" x="-297" y="1281" as="geometry" />
+         </mxCell>
+         <mxCell id="FD7MY1kWJCTWK611tgSF-3" edge="1" parent="1" style="endArrow=open;html=1;dashed=1;entryX=1.004;entryY=0.167;entryDx=0;entryDy=0;entryPerimeter=0;" target="FD7MY1kWJCTWK611tgSF-2" value="&lt;i&gt;&amp;lt;&amp;lt;uses&amp;gt;&amp;gt;&lt;/i&gt;">
+           <mxGeometry relative="1" x="0.0035" as="geometry">
+             <mxPoint as="offset" />
+             <mxPoint y="1298" as="sourcePoint" />
+             <mxPoint x="43" y="1210" as="targetPoint" />
+           </mxGeometry>
+         </mxCell>
+         <mxCell id="FD7MY1kWJCTWK611tgSF-4" parent="1" style="rounded=0;whiteSpace=wrap;html=1;fillColor=#e1d5e7;strokeColor=#9673a6;fontStyle=1;fontSize=12;verticalAlign=top;spacingTop=8" value="&amp;lt;&amp;gt;&lt;br&gt;aind-data-schema" vertex="1">
+           <mxGeometry height="140" width="220" x="1160" y="1690.84" as="geometry" />
+         </mxCell>
+         <mxCell id="FD7MY1kWJCTWK611tgSF-5" parent="1" style="text;html=1;strokeColor=none;fillColor=none;align=left;verticalAlign=top;whiteSpace=wrap;fontSize=10;spacingLeft=8;spacingTop=4" value="+ QualityControl(&lt;br&gt;&lt;div&gt;QCMetric&lt;br&gt;     ...&lt;br&gt;   )&lt;/div&gt;&lt;div&gt;write_standard_file -&amp;gt;&lt;/div&gt;&lt;div&gt;serialized(QualityControl)&lt;div&gt;&lt;br&gt;&lt;/div&gt;&lt;/div&gt;" vertex="1">
+           <mxGeometry height="100" width="220" x="1160" y="1731.84" as="geometry" />
+         </mxCell>
+         <mxCell id="FD7MY1kWJCTWK611tgSF-6" edge="1" parent="1" style="endArrow=open;html=1;dashed=1;exitX=0.52;exitY=0.997;exitDx=0;exitDy=0;exitPerimeter=0;" value="&lt;i&gt;&amp;lt;&amp;lt;uses&amp;gt;&amp;gt;&lt;/i&gt;">
+           <mxGeometry relative="1" x="0.0035" as="geometry">
+             <mxPoint as="offset" />
+             <mxPoint x="1270.8000000000002" y="1615.0000000000002" as="sourcePoint" />
+             <mxPoint x="1270" y="1690.84" as="targetPoint" />
+           </mxGeometry>
+         </mxCell>
      </root>
    </mxGraphModel>
  </diagram>
</mxfile>
